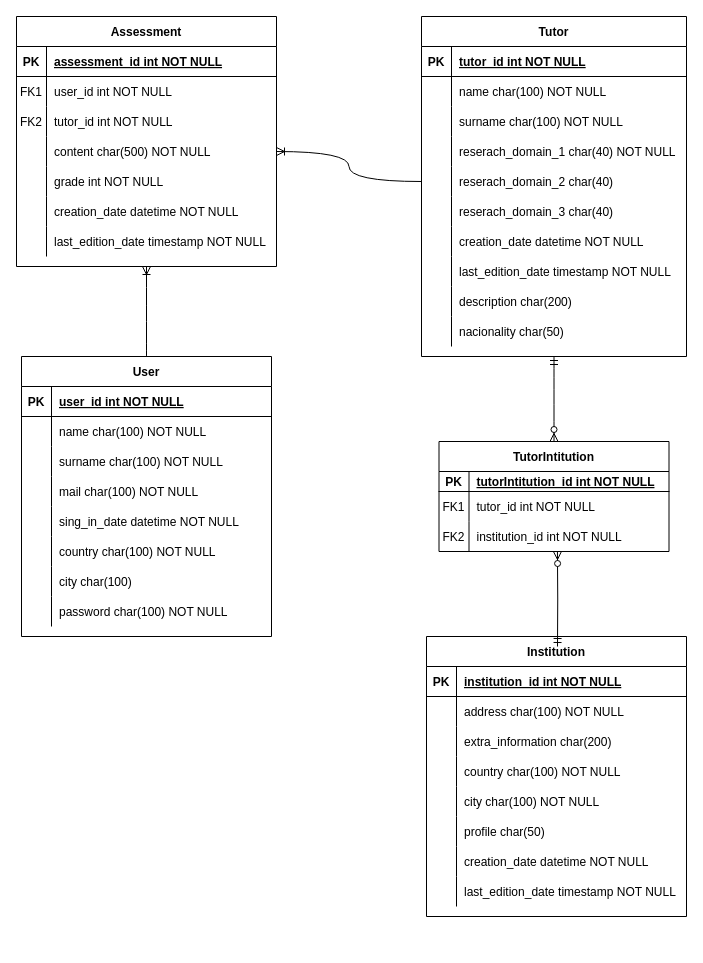
Before: Untitled Diagram.drawio in KrzysiekJa/Teacher-competence-positioning-system, a draw.io diagram. Source tidied: cells renumbered, new cells numbered last; positions are measured from the earlier drawing's top-left corner, leaving out a move shared by most shapes. Both pictures are drawn from the tidied source at 100%, with x=0, y=0 at pixel (16, 16).
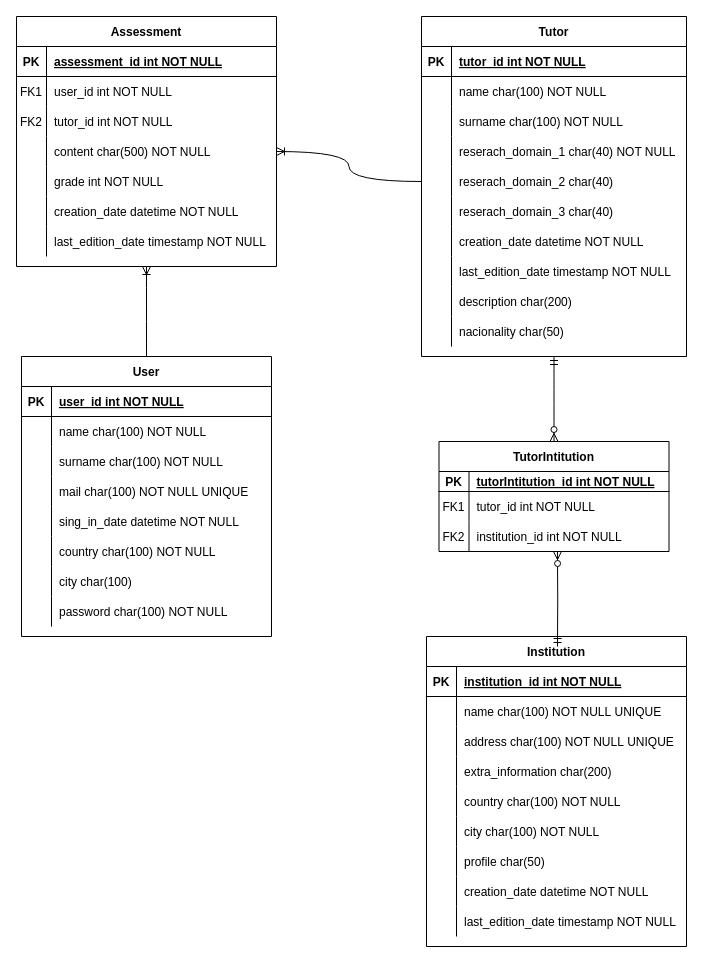
The same diagram, later.

The change refers to these unchanged cells:
```xml
<mxCell id="43" style="shape=partialRectangle;fillColor=none;top=0;left=0;right=0;bottom=0;" parent="33" vertex="1">
  <mxGeometry y="120" width="250" height="30" as="geometry" />
</mxCell>
<mxCell id="84" style="shape=tableRow;horizontal=0;startSize=0;swimlaneHead=0;swimlaneBody=0;fillColor=none;top=0;left=0;right=0;bottom=0;" parent="80" vertex="1">
  <mxGeometry y="60" width="260" height="30" as="geometry" />
</mxCell>
```

What changed in the source:
```diff
@@
-    <mxCell id="45" value="mail char(100) NOT NULL" style="shape=partialRectangle;overflow=hidden;fillColor=none;top=0;left=0;bottom=0;right=0;align=left;spacingLeft=6;" parent="43" vertex="1">
+    <mxCell id="45" value="mail char(100) NOT NULL UNIQUE" style="shape=partialRectangle;overflow=hidden;fillColor=none;top=0;left=0;bottom=0;right=0;align=left;spacingLeft=6;" parent="43" vertex="1">
       <mxGeometry x="30" width="220" height="30" as="geometry" />
     </mxCell>
@@
     <mxCell id="80" value="Institution" style="shape=table;startSize=30;childLayout=tableLayout;rowLines=0;fontStyle=1;align=center;" parent="1" vertex="1">
-      <mxGeometry x="410" y="620" width="260" height="280" as="geometry" />
+      <mxGeometry x="410" y="620" width="260" height="310" as="geometry" />
     </mxCell>
@@
-    <mxCell id="86" value="address char(100) NOT NULL" style="shape=partialRectangle;fillColor=none;top=0;left=0;bottom=0;right=0;align=left;spacingLeft=6;overflow=hidden;" parent="84" vertex="1">
+    <mxCell id="86" value="name char(100) NOT NULL UNIQUE" style="shape=partialRectangle;fillColor=none;top=0;left=0;bottom=0;right=0;align=left;spacingLeft=6;overflow=hidden;" parent="84" vertex="1">
       <mxGeometry x="30" width="230" height="30" as="geometry" />
     </mxCell>
+    <mxCell id="119" style="shape=tableRow;horizontal=0;startSize=0;swimlaneHead=0;swimlaneBody=0;fillColor=none;top=0;left=0;right=0;bottom=0;" parent="80" vertex="1">
+      <mxGeometry y="90" width="260" height="30" as="geometry" />
+    </mxCell>
+    <mxCell id="120" style="shape=partialRectangle;fillColor=none;top=0;left=0;bottom=0;right=0;overflow=hidden;" parent="119" vertex="1">
+      <mxGeometry width="30" height="30" as="geometry" />
+    </mxCell>
+    <mxCell id="121" value="address char(100) NOT NULL UNIQUE" style="shape=partialRectangle;fillColor=none;top=0;left=0;bottom=0;right=0;align=left;spacingLeft=6;overflow=hidden;" parent="119" vertex="1">
+      <mxGeometry x="30" width="230" height="30" as="geometry" />
+    </mxCell>
     <mxCell id="87" style="shape=tableRow;horizontal=0;startSize=0;swimlaneHead=0;swimlaneBody=0;fillColor=none;top=0;left=0;right=0;bottom=0;" parent="80" vertex="1">
-      <mxGeometry y="90" width="260" height="30" as="geometry" />
+      <mxGeometry y="120" width="260" height="30" as="geometry" />
     </mxCell>
@@
     <mxCell id="90" style="shape=tableRow;horizontal=0;startSize=0;swimlaneHead=0;swimlaneBody=0;fillColor=none;top=0;left=0;right=0;bottom=0;" parent="80" vertex="1">
-      <mxGeometry y="120" width="260" height="30" as="geometry" />
+      <mxGeometry y="150" width="260" height="30" as="geometry" />
     </mxCell>
@@
     <mxCell id="93" style="shape=tableRow;horizontal=0;startSize=0;swimlaneHead=0;swimlaneBody=0;fillColor=none;top=0;left=0;right=0;bottom=0;" parent="80" vertex="1">
-      <mxGeometry y="150" width="260" height="30" as="geometry" />
+      <mxGeometry y="180" width="260" height="30" as="geometry" />
     </mxCell>
@@
     <mxCell id="96" style="shape=tableRow;horizontal=0;startSize=0;swimlaneHead=0;swimlaneBody=0;fillColor=none;top=0;left=0;right=0;bottom=0;" parent="80" vertex="1">
-      <mxGeometry y="180" width="260" height="30" as="geometry" />
+      <mxGeometry y="210" width="260" height="30" as="geometry" />
     </mxCell>
@@
     <mxCell id="99" style="shape=tableRow;horizontal=0;startSize=0;swimlaneHead=0;swimlaneBody=0;fillColor=none;top=0;left=0;right=0;bottom=0;" parent="80" vertex="1">
-      <mxGeometry y="210" width="260" height="30" as="geometry" />
+      <mxGeometry y="240" width="260" height="30" as="geometry" />
     </mxCell>
@@
     <mxCell id="102" style="shape=tableRow;horizontal=0;startSize=0;swimlaneHead=0;swimlaneBody=0;fillColor=none;top=0;left=0;right=0;bottom=0;" parent="80" vertex="1">
-      <mxGeometry y="240" width="260" height="30" as="geometry" />
+      <mxGeometry y="270" width="260" height="30" as="geometry" />
     </mxCell>
```
